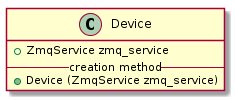
The PlantUML diagram report/figures/design/class/daq/device.png in geoffjay/comp8506-docs, before a commit.
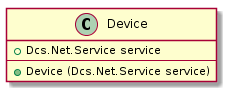
The same file after the commit.

Diff of the diagram source:
```diff
@@ -1,7 +1,7 @@
 @startuml
 class Device {
-    +ZmqService zmq_service
-    --creation method--
-    +Device (ZmqService zmq_service)
+    +Dcs.Net.Service service
+    ----
+    +Device (Dcs.Net.Service service)
 }
 @enduml
```
